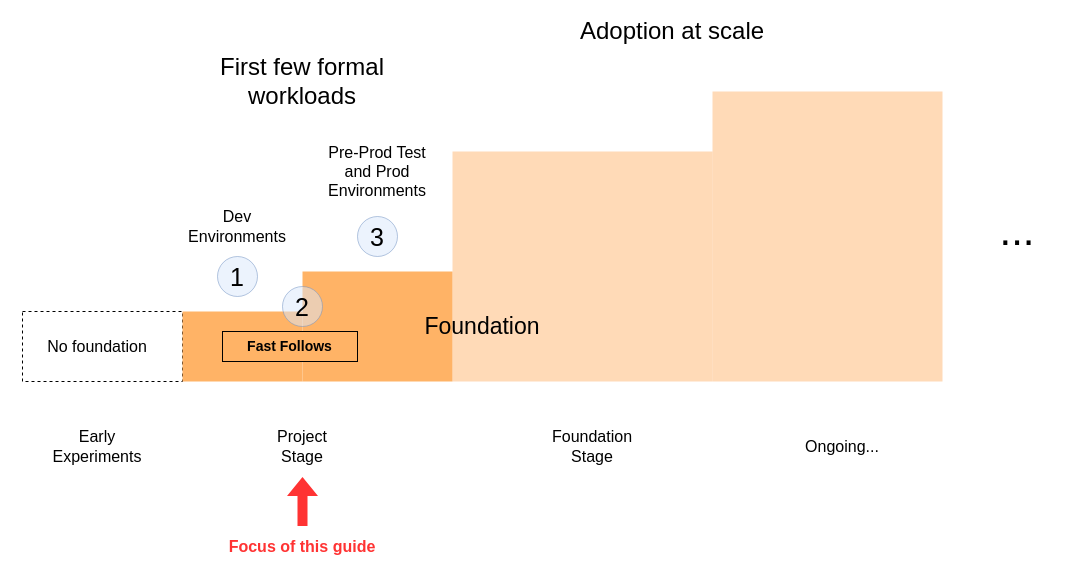
Before: page "foundation" (7 of 8) of drawings/initial-foundation.drawio in aws-samples/aws-get-started-workshop, a draw.io diagram. Source tidied: cells renumbered, new cells numbered last; positions are measured from the earlier drawing's top-left corner, leaving out a move shared by most shapes. Both pictures are drawn from the tidied source at 100%, with x=0, y=0 at pixel (17, 21).
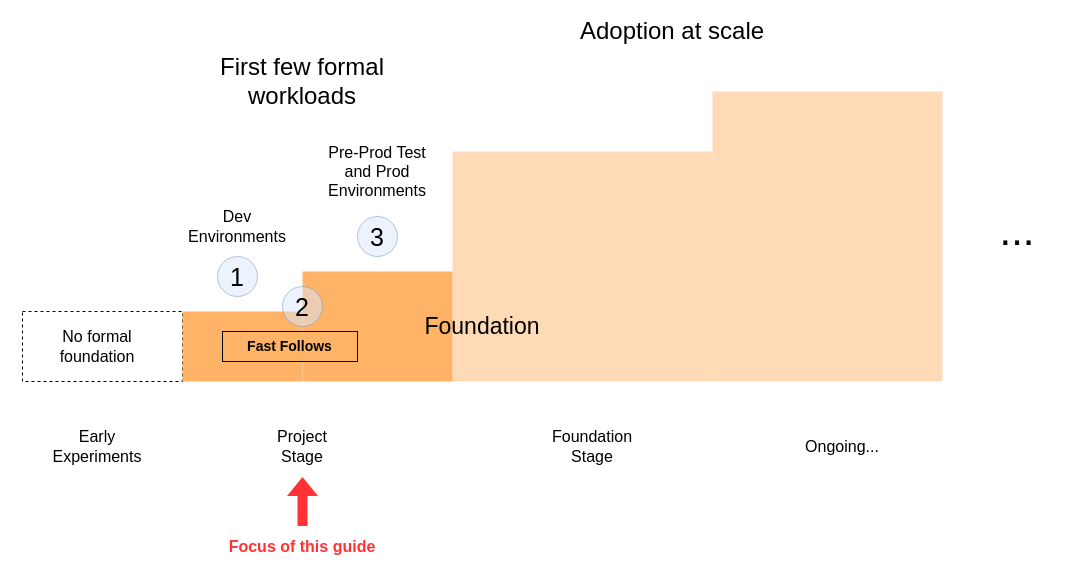
After the change.

Diff of the diagram source:
```diff
@@
-    <mxCell id="17" value="No foundation" style="text;html=1;strokeColor=none;fillColor=none;align=center;verticalAlign=middle;whiteSpace=wrap;rounded=0;fontSize=16;fontColor=#000000;" parent="1" vertex="1">
+    <mxCell id="17" value="No formal foundation" style="text;html=1;strokeColor=none;fillColor=none;align=center;verticalAlign=middle;whiteSpace=wrap;rounded=0;fontSize=16;fontColor=#000000;" parent="1" vertex="1">
       <mxGeometry x="25" y="315" width="110" height="20" as="geometry" />
     </mxCell>
```
